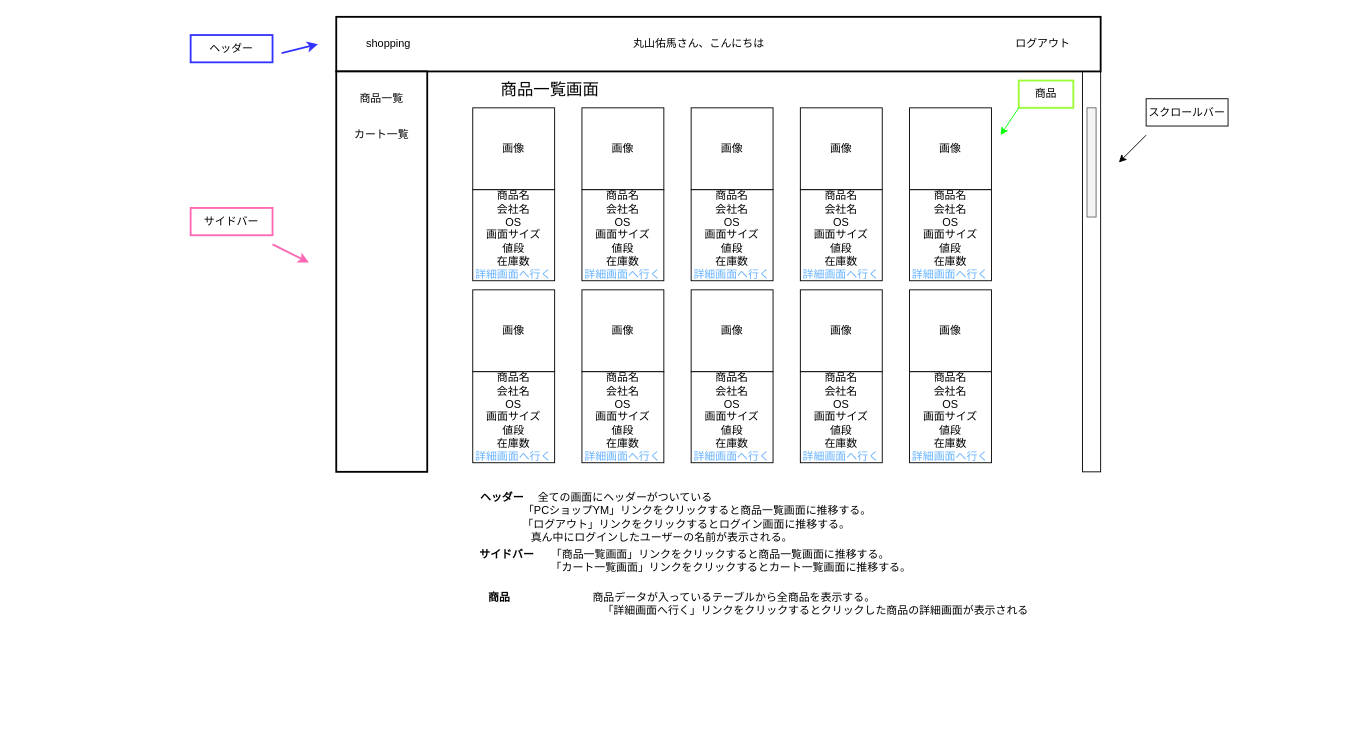
Above: page "商品一覧画面" (3 of 33) of src/main/resources/templates/shopping/Untitled Diagram.drawio in YumaMaruyama/ITworksTRYshopping (draw.io), before the change. Source tidied: cells renumbered, new cells numbered last; positions are measured from the earlier drawing's top-left corner, leaving out a move shared by most shapes. Both pictures are drawn from the tidied source at 91%, with x=0, y=0 at pixel (15, 16).
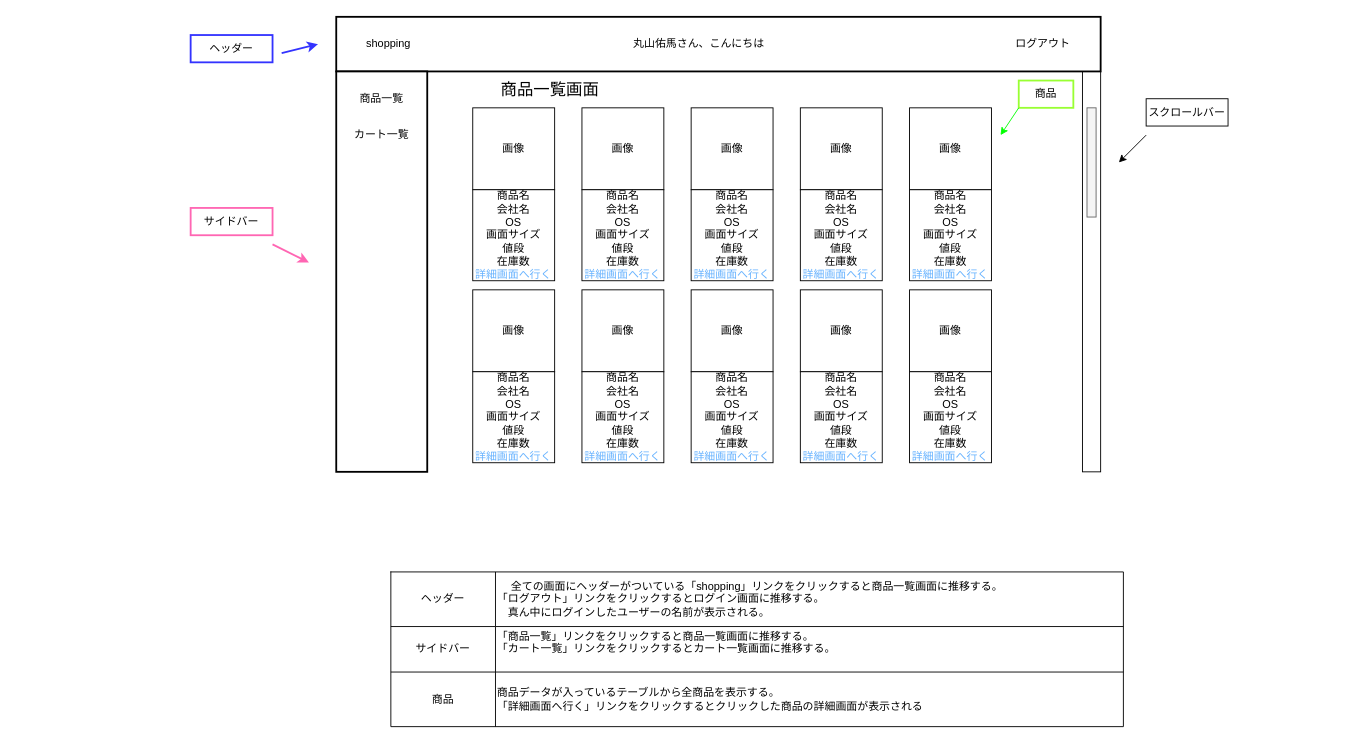
After the change.

What changed in the source:
```diff
@@
-    <mxCell id="21" value="&lt;b&gt;商品&lt;/b&gt;&lt;span style=&quot;white-space: pre&quot;&gt; &lt;span style=&quot;white-space: pre&quot;&gt; 　　　　　　　商品データが入っているテーブルから全商品を表示する。&lt;br&gt;　　　　　　　　　　　　　　　　　　　　　　　　　「詳細画面へ行く」リンクをクリックするとクリックした商品の詳細画面が表示される&lt;br&gt;&lt;/span&gt;&lt;/span&gt;" style="text;html=1;strokeColor=none;fillColor=none;align=center;verticalAlign=middle;whiteSpace=wrap;rounded=0;" parent="1" vertex="1">
-      <mxGeometry x="332" y="625" width="800" height="40" as="geometry" />
-    </mxCell>
@@
-    <mxCell id="25" value="&lt;b&gt;　ヘッダー&lt;/b&gt;　&lt;span style=&quot;white-space: pre&quot;&gt; 全ての画面にヘッダーがついている&lt;br/&gt;&lt;/span&gt;　　　　　　　　　　　　　　　　　　　　「PCショップYM」リンクをクリックすると商品一覧画面に推移する。&lt;br&gt;　　　　　　　　　　　　　　　　　　「ログアウト」リンクをクリックするとログイン画面に推移する。&lt;br&gt;　　　　　　　　　　　　　真ん中にログインしたユーザーの名前が表示される。" style="text;html=1;strokeColor=none;fillColor=none;align=center;verticalAlign=middle;whiteSpace=wrap;rounded=0;" parent="1" vertex="1">
-      <mxGeometry x="72" y="530" width="1120" height="40" as="geometry" />
-    </mxCell>
-    <mxCell id="26" value="&lt;b&gt;サイドバー&lt;/b&gt;　&lt;span style=&quot;white-space: pre&quot;&gt; &lt;span style=&quot;white-space: pre&quot;&gt; &lt;/span&gt;「商品一覧画面&lt;/span&gt;」リンクをクリックすると商品一覧画面に推移する。&lt;br&gt;　　　　　　　　　「カート一覧画面」リンクをクリックするとカート一覧画面に推移する。&lt;br&gt;　　　　　　　　　　　　　　　　　　　　" style="text;html=1;strokeColor=none;fillColor=none;align=center;verticalAlign=middle;whiteSpace=wrap;rounded=0;" parent="1" vertex="1">
-      <mxGeometry y="585" width="1470" height="40" as="geometry" />
-    </mxCell>
@@
+    <mxCell id="40" style="shape=table;startSize=0;childLayout=tableLayout;hachureGap=4;" parent="1" vertex="1">
+      <mxGeometry x="412" y="610" width="805" height="170" as="geometry" />
+    </mxCell>
+    <mxCell id="41" style="shape=partialRectangle;fillColor=none;top=0;left=0;bottom=0;right=0;hachureGap=4;" parent="40" vertex="1">
+      <mxGeometry width="805" height="60" as="geometry" />
+    </mxCell>
+    <mxCell id="42" value="ヘッダー" style="shape=partialRectangle;html=1;whiteSpace=wrap;overflow=hidden;fillColor=none;top=0;left=0;bottom=0;right=0;hachureGap=4;" parent="41" vertex="1">
+      <mxGeometry width="115" height="60" as="geometry" />
+    </mxCell>
+    <mxCell id="43" value="&lt;span&gt;　&lt;/span&gt;&lt;span&gt; 全ての画面にヘッダーがついている&lt;/span&gt;&lt;span&gt;「shopping」リンクをクリックすると商品一覧画面に推移する。&lt;/span&gt;&lt;span&gt;&lt;br&gt;&lt;/span&gt;&lt;span&gt;「ログアウト」リンクをクリックするとログイン画面に推移する。&lt;/span&gt;&lt;br&gt;&lt;span&gt;　真ん中にログインしたユーザーの名前が表示される。&lt;/span&gt;" style="shape=partialRectangle;html=1;whiteSpace=wrap;overflow=hidden;fillColor=none;top=0;left=0;bottom=0;right=0;hachureGap=4;align=left;" parent="41" vertex="1">
+      <mxGeometry x="115" width="690" height="60" as="geometry" />
+    </mxCell>
+    <mxCell id="44" style="shape=partialRectangle;fillColor=none;top=0;left=0;bottom=0;right=0;hachureGap=4;" parent="40" vertex="1">
+      <mxGeometry y="60" width="805" height="50" as="geometry" />
+    </mxCell>
+    <mxCell id="45" value="サイドバー" style="shape=partialRectangle;html=1;whiteSpace=wrap;overflow=hidden;fillColor=none;top=0;left=0;bottom=0;right=0;hachureGap=4;" parent="44" vertex="1">
+      <mxGeometry width="115" height="50" as="geometry" />
+    </mxCell>
+    <mxCell id="46" value="&lt;span&gt;「商品一覧&lt;/span&gt;&lt;span&gt;」リンクをクリックすると商品一覧画面に推移する。&lt;/span&gt;&lt;br&gt;&lt;div&gt;&lt;span&gt;「カート一覧」リンクをクリックするとカート一覧画面に推移する。&lt;/span&gt;&lt;/div&gt;&lt;span&gt;　　　　　　　　　　　　　　　　　　　　&lt;/span&gt;" style="shape=partialRectangle;html=1;whiteSpace=wrap;overflow=hidden;fillColor=none;top=0;left=0;bottom=0;right=0;hachureGap=4;align=left;" parent="44" vertex="1">
+      <mxGeometry x="115" width="690" height="50" as="geometry" />
+    </mxCell>
+    <mxCell id="47" style="shape=partialRectangle;fillColor=none;top=0;left=0;bottom=0;right=0;hachureGap=4;" parent="40" vertex="1">
+      <mxGeometry y="110" width="805" height="60" as="geometry" />
+    </mxCell>
+    <mxCell id="48" value="商品" style="shape=partialRectangle;html=1;whiteSpace=wrap;overflow=hidden;fillColor=none;top=0;left=0;bottom=0;right=0;hachureGap=4;" parent="47" vertex="1">
+      <mxGeometry width="115" height="60" as="geometry" />
+    </mxCell>
+    <mxCell id="49" value="&lt;div style=&quot;&quot;&gt;&lt;span&gt;商品データが入っているテーブルから全商品を表示する。&lt;/span&gt;&lt;/div&gt;&lt;span&gt;「詳細画面へ行く」リンクをクリックするとクリックした商品の詳細画面が表示される&lt;/span&gt;" style="shape=partialRectangle;html=1;whiteSpace=wrap;overflow=hidden;fillColor=none;top=0;left=0;bottom=0;right=0;hachureGap=4;align=left;" parent="47" vertex="1">
+      <mxGeometry x="115" width="690" height="60" as="geometry" />
+    </mxCell>
```
